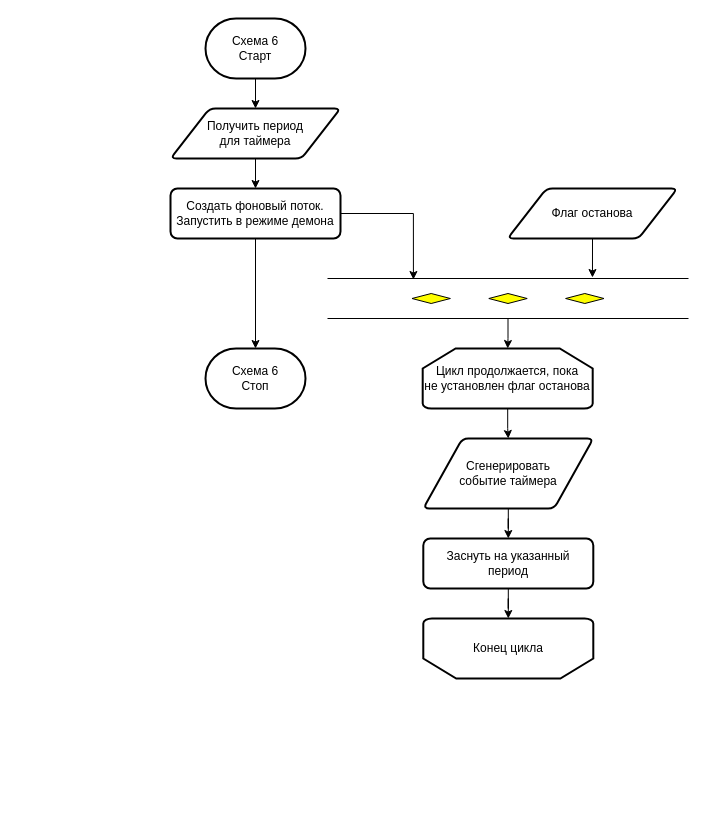
Earlier version of the draw.io diagram Алгоритмы/crypto_on_timer.drawio (Alexandr-Pidkasisty/Diplom_work). Source tidied: cells renumbered, new cells numbered last; positions are measured from the earlier drawing's top-left corner, leaving out a move shared by most shapes. Both pictures are drawn from the tidied source at 100%, with x=0, y=0 at pixel (170, 18).
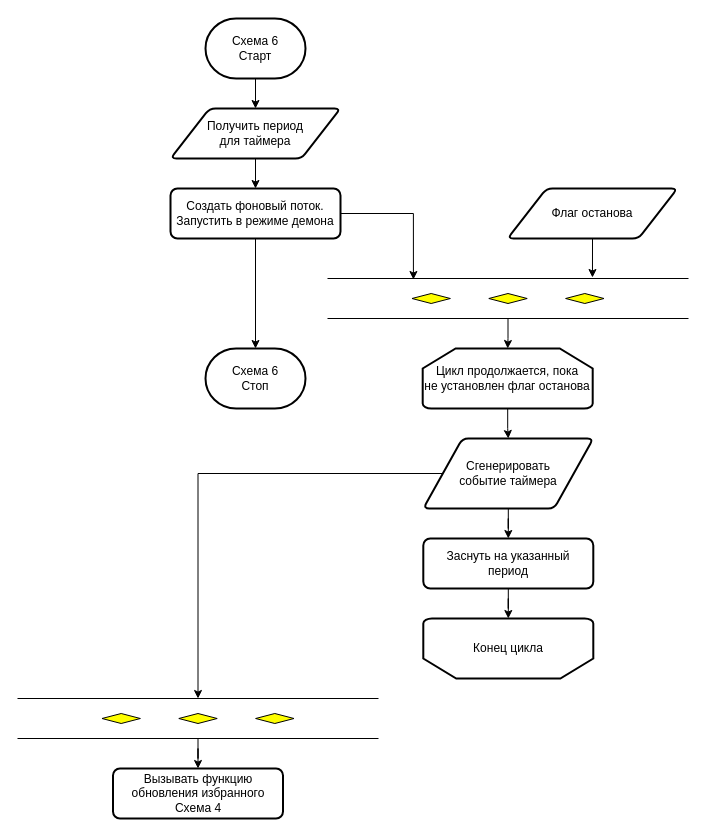
The same page after the edit.

The change refers to these unchanged cells:
```xml
<mxCell id="13" value="Сгенерировать&lt;div&gt;событие таймера&lt;/div&gt;" style="shape=parallelogram;html=1;strokeWidth=2;perimeter=parallelogramPerimeter;whiteSpace=wrap;rounded=1;arcSize=12;size=0.23;" parent="1" vertex="1">
  <mxGeometry x="252.8" y="420" width="170" height="70" as="geometry" />
</mxCell>
```

Diff of the diagram source:
```diff
@@
+    <mxCell id="22" style="edgeStyle=orthogonalEdgeStyle;rounded=0;jettySize=auto;html=1;defaultLabelBackgroundColor=page;" parent="1" edge="1" source="23" target="25">
+      <mxGeometry relative="1" as="geometry" />
+    </mxCell>
+    <mxCell id="23" style="verticalLabelPosition=bottom;verticalAlign=top;html=1;shape=mxgraph.flowchart.parallel_mode;accentColor=#ffff00;labelPerimeter=1;" parent="1" vertex="1">
+      <mxGeometry x="-153" y="680" width="361" height="40" as="geometry" />
+    </mxCell>
+    <mxCell id="24" style="edgeStyle=orthogonalEdgeStyle;rounded=0;jettySize=auto;html=1;entryX=0.5;entryY=0;entryDx=0;entryDy=0;entryPerimeter=0;defaultLabelBackgroundColor=page;" parent="1" edge="1" source="13" target="23">
+      <mxGeometry relative="1" as="geometry" />
+    </mxCell>
+    <mxCell id="25" value="Вызывать функцию обновления избранного&lt;div&gt;Схема 4&lt;/div&gt;" style="rounded=1;whiteSpace=wrap;html=1;absoluteArcSize=1;arcSize=14;strokeWidth=2;" parent="1" vertex="1">
+      <mxGeometry x="-57.5" y="750" width="170" height="50" as="geometry" />
+    </mxCell>
```
